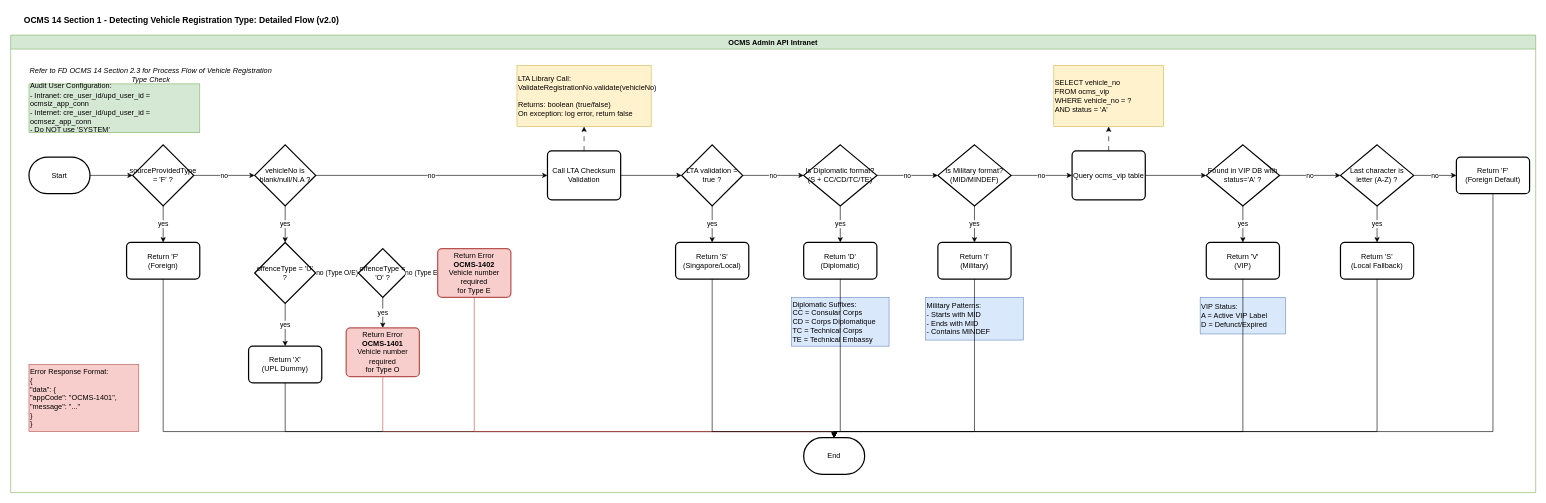
Above: page "Section_1_Vehicle_Reg_Type_Check" (2 of 2) of OCMS 14/Section 1/OCMS14-Technical_Flowchart_Section_1.drawio in rafifmgg/techdoc (draw.io), before the change. Source tidied: cells renumbered, new cells numbered last; positions are measured from the earlier drawing's top-left corner, leaving out a move shared by most shapes. Both pictures are drawn from the tidied source at 61%, with x=0, y=0 at pixel (10, 10).
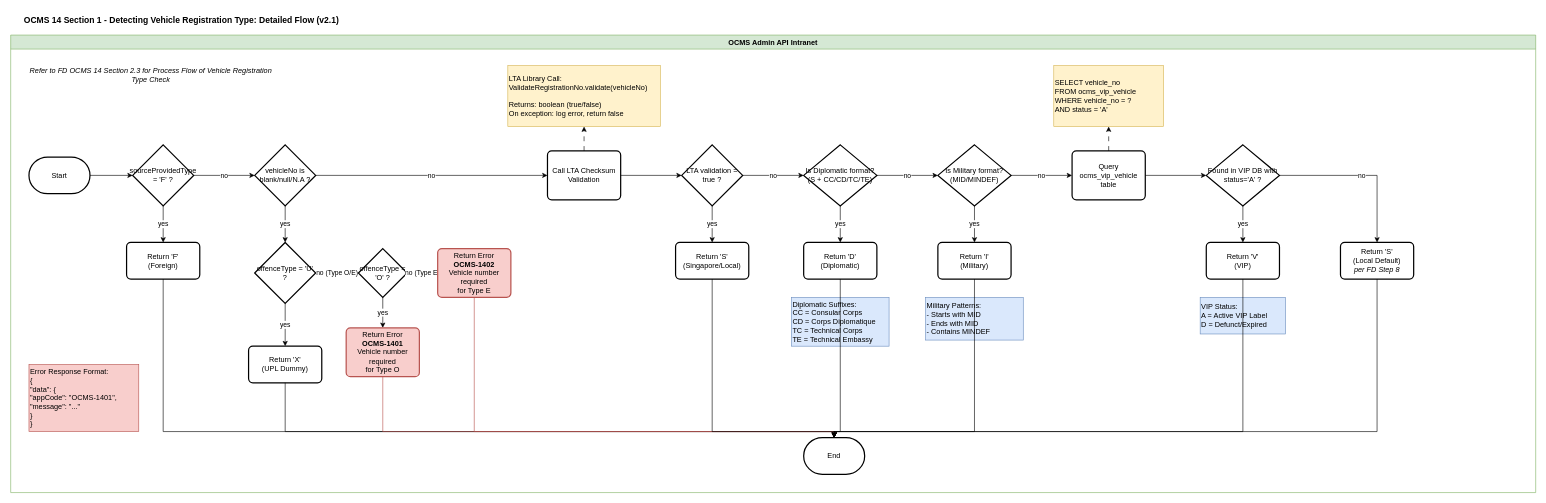
The same diagram, later.

Unchanged cells that the change refers to:
```xml
<mxCell id="3" value="OCMS Admin API Intranet" style="swimlane;whiteSpace=wrap;html=1;fillColor=#d5e8d4;strokeColor=#82b366;" parent="1" vertex="1">
  <mxGeometry y="40" width="2500" height="750" as="geometry" />
</mxCell>
<mxCell id="44" value="Found in VIP DB with status='A' ?" style="strokeWidth=2;html=1;shape=mxgraph.flowchart.decision;whiteSpace=wrap;" parent="3" vertex="1">
  <mxGeometry x="1960" y="180" width="120" height="100" as="geometry" />
</mxCell>
<mxCell id="64" value="End" style="strokeWidth=2;html=1;shape=mxgraph.flowchart.terminator;whiteSpace=wrap;" parent="3" vertex="1">
  <mxGeometry x="1300" y="660" width="100" height="60" as="geometry" />
</mxCell>
```

The edit, as a diff of the source:
```diff
@@
-    <mxCell id="2" value="OCMS 14 Section 1 - Detecting Vehicle Registration Type: Detailed Flow (v2.0)" style="text;html=1;whiteSpace=wrap;strokeColor=none;fillColor=none;align=left;verticalAlign=middle;rounded=0;fontSize=14;fontStyle=1;" parent="1" vertex="1">
+    <mxCell id="2" value="OCMS 14 Section 1 - Detecting Vehicle Registration Type: Detailed Flow (v2.1)" style="text;html=1;whiteSpace=wrap;strokeColor=none;fillColor=none;align=left;verticalAlign=middle;rounded=0;fontSize=14;fontStyle=1;" parent="1" vertex="1">
       <mxGeometry x="20" width="700" height="30" as="geometry" />
     </mxCell>
@@
     <mxCell id="24" value="LTA Library Call:&lt;div&gt;ValidateRegistrationNo.validate(vehicleNo)&lt;/div&gt;&lt;div&gt;&lt;br&gt;&lt;/div&gt;&lt;div&gt;Returns: boolean (true/false)&lt;/div&gt;&lt;div&gt;On exception: log error, return false&lt;/div&gt;" style="text;html=1;whiteSpace=wrap;strokeColor=#d6b656;fillColor=#fff2cc;align=left;verticalAlign=middle;rounded=0;" parent="3" vertex="1">
-      <mxGeometry x="830" y="50" width="220" height="100" as="geometry" />
+      <mxGeometry x="815" y="50" width="250" height="100" as="geometry" />
     </mxCell>
@@
-    <mxCell id="40" value="Query ocms_vip table" style="rounded=1;whiteSpace=wrap;html=1;absoluteArcSize=1;arcSize=14;strokeWidth=2;" parent="3" vertex="1">
+    <mxCell id="40" value="Query ocms_vip_vehicle table" style="rounded=1;whiteSpace=wrap;html=1;absoluteArcSize=1;arcSize=14;strokeWidth=2;" parent="3" vertex="1">
       <mxGeometry x="1740" y="190" width="120" height="80" as="geometry" />
     </mxCell>
@@
-    <mxCell id="42" value="SELECT vehicle_no&lt;div&gt;FROM ocms_vip&lt;/div&gt;&lt;div&gt;WHERE vehicle_no = ?&lt;/div&gt;&lt;div&gt;AND status = 'A'&lt;/div&gt;" style="text;html=1;whiteSpace=wrap;strokeColor=#d6b656;fillColor=#fff2cc;align=left;verticalAlign=middle;rounded=0;" parent="3" vertex="1">
+    <mxCell id="42" value="SELECT vehicle_no&lt;div&gt;FROM ocms_vip_vehicle&lt;/div&gt;&lt;div&gt;WHERE vehicle_no = ?&lt;/div&gt;&lt;div&gt;AND status = 'A'&lt;/div&gt;" style="text;html=1;whiteSpace=wrap;strokeColor=#d6b656;fillColor=#fff2cc;align=left;verticalAlign=middle;rounded=0;" parent="3" vertex="1">
       <mxGeometry x="1710" y="50" width="180" height="100" as="geometry" />
     </mxCell>
@@
-    <mxCell id="48" value="no" style="edgeStyle=orthogonalEdgeStyle;rounded=0;jettySize=auto;html=1;" parent="3" edge="1" source="44" target="49">
+    <mxCell id="48" value="no" style="edgeStyle=orthogonalEdgeStyle;rounded=0;jettySize=auto;html=1;" parent="3" edge="1" source="44" target="51">
       <mxGeometry relative="1" as="geometry" />
     </mxCell>
-    <mxCell id="49" value="Last character is letter (A-Z) ?" style="strokeWidth=2;html=1;shape=mxgraph.flowchart.decision;whiteSpace=wrap;" parent="3" vertex="1">
-      <mxGeometry x="2180" y="180" width="120" height="100" as="geometry" />
-    </mxCell>
-    <mxCell id="50" value="yes" style="edgeStyle=orthogonalEdgeStyle;rounded=0;jettySize=auto;html=1;" parent="3" edge="1" source="49" target="51">
-      <mxGeometry relative="1" as="geometry" />
-    </mxCell>
-    <mxCell id="51" value="Return 'S'&lt;div&gt;(Local Fallback)&lt;/div&gt;" style="rounded=1;whiteSpace=wrap;html=1;absoluteArcSize=1;arcSize=14;strokeWidth=2;" parent="3" vertex="1">
+    <mxCell id="51" value="Return 'S'&lt;div&gt;(Local Default)&lt;/div&gt;&lt;div&gt;&lt;i&gt;per FD Step 8&lt;/i&gt;&lt;/div&gt;" style="rounded=1;whiteSpace=wrap;html=1;absoluteArcSize=1;arcSize=14;strokeWidth=2;" parent="3" vertex="1">
       <mxGeometry x="2180" y="340" width="120" height="60" as="geometry" />
     </mxCell>
-    <mxCell id="52" value="no" style="edgeStyle=orthogonalEdgeStyle;rounded=0;jettySize=auto;html=1;" parent="3" edge="1" source="49" target="53">
-      <mxGeometry relative="1" as="geometry" />
-    </mxCell>
-    <mxCell id="53" value="Return 'F'&lt;div&gt;(Foreign Default)&lt;/div&gt;" style="rounded=1;whiteSpace=wrap;html=1;absoluteArcSize=1;arcSize=14;strokeWidth=2;" parent="3" vertex="1">
-      <mxGeometry x="2370" y="200" width="120" height="60" as="geometry" />
-    </mxCell>
@@
-    <mxCell id="63" style="edgeStyle=orthogonalEdgeStyle;rounded=0;jettySize=auto;html=1;entryX=0.5;entryY=0;entryDx=0;entryDy=0;entryPerimeter=0;" parent="3" edge="1" source="53" target="64">
-      <mxGeometry relative="1" as="geometry">
-        <Array as="points">
-          <mxPoint x="2430" y="650" />
-        </Array>
-      </mxGeometry>
-    </mxCell>
@@
-    <mxCell id="66" value="Audit User Configuration:&lt;div&gt;- Intranet: cre_user_id/upd_user_id = ocmsiz_app_conn&lt;/div&gt;&lt;div&gt;- Internet: cre_user_id/upd_user_id = ocmsez_app_conn&lt;/div&gt;&lt;div&gt;- Do NOT use 'SYSTEM'&lt;/div&gt;" style="text;html=1;whiteSpace=wrap;strokeColor=#82b366;fillColor=#d5e8d4;align=left;verticalAlign=middle;rounded=0;" parent="3" vertex="1">
-      <mxGeometry x="30" y="80" width="280" height="80" as="geometry" />
-    </mxCell>
```
